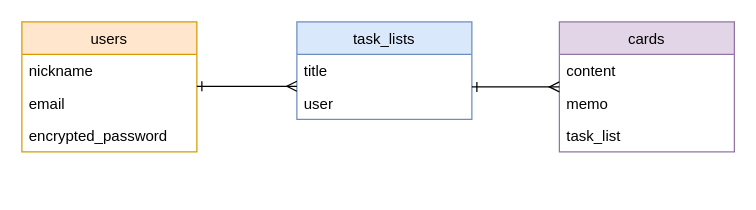
zskzsk92/sachi_plan keeps this draw.io diagram as page "ページ1" (1 of 2) of ER.dio. Above is the earlier version. Source tidied: cells renumbered, new cells numbered last; positions are measured from the earlier drawing's top-left corner, leaving out a move shared by most shapes. Both pictures are drawn from the tidied source at 125%, with x=0, y=0 at pixel (21, 21).
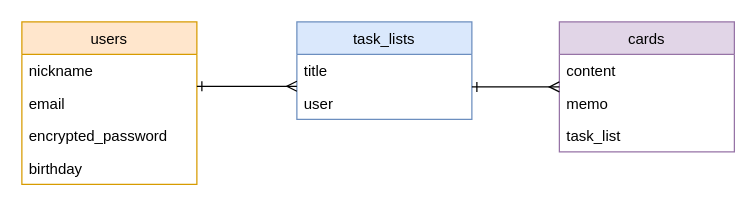
Above is the later version.

Change to the diagram source:
```diff
@@
 <mxGraphModel background="#ffffff">
   <root>
     <mxCell id="0" />
     <mxCell id="1" parent="0" />
     <mxCell id="2" value="task_lists" style="swimlane;fontStyle=0;horizontal=1;startSize=26;fillColor=#dae8fc;strokeColor=#6c8ebf;" parent="1" vertex="1">
       <mxGeometry x="220" width="140" height="78" as="geometry" />
     </mxCell>
     <mxCell id="3" value="title" style="text;strokeColor=none;fillColor=none;align=left;verticalAlign=top;spacingLeft=4;spacingRight=4;overflow=hidden;" parent="2" vertex="1">
       <mxGeometry y="26" width="140" height="26" as="geometry" />
     </mxCell>
     <mxCell id="4" value="user" style="text;strokeColor=none;fillColor=none;align=left;verticalAlign=top;spacingLeft=4;spacingRight=4;overflow=hidden;" parent="2" vertex="1">
       <mxGeometry y="52" width="140" height="26" as="geometry" />
     </mxCell>
     <mxCell id="5" value="users" style="swimlane;fontStyle=0;horizontal=1;startSize=26;fillColor=#ffe6cc;strokeColor=#d79b00;" parent="1" vertex="1">
-      <mxGeometry width="140" height="104" as="geometry" />
+      <mxGeometry width="140" height="130" as="geometry" />
     </mxCell>
     <mxCell id="6" value="nickname" style="text;strokeColor=none;fillColor=none;align=left;verticalAlign=top;spacingLeft=4;spacingRight=4;overflow=hidden;" parent="5" vertex="1">
       <mxGeometry y="26" width="140" height="26" as="geometry" />
     </mxCell>
     <mxCell id="7" value="email" style="text;strokeColor=none;fillColor=none;align=left;verticalAlign=top;spacingLeft=4;spacingRight=4;overflow=hidden;" parent="5" vertex="1">
       <mxGeometry y="52" width="140" height="26" as="geometry" />
     </mxCell>
     <mxCell id="8" value="encrypted_password&#10;" style="text;strokeColor=none;fillColor=none;align=left;verticalAlign=top;spacingLeft=4;spacingRight=4;overflow=hidden;" parent="5" vertex="1">
       <mxGeometry y="78" width="140" height="26" as="geometry" />
     </mxCell>
+    <mxCell id="15" value="birthday" style="text;strokeColor=none;fillColor=none;align=left;verticalAlign=top;spacingLeft=4;spacingRight=4;overflow=hidden;whiteSpace=wrap;html=1;" parent="5" vertex="1">
+      <mxGeometry y="104" width="140" height="26" as="geometry" />
+    </mxCell>
     <mxCell id="9" value="cards" style="swimlane;fontStyle=0;horizontal=1;startSize=26;fillColor=#e1d5e7;strokeColor=#9673a6;" parent="1" vertex="1">
       <mxGeometry x="430" width="140" height="104" as="geometry" />
     </mxCell>
     <mxCell id="10" value="content" style="text;strokeColor=none;fillColor=none;align=left;verticalAlign=top;spacingLeft=4;spacingRight=4;overflow=hidden;" parent="9" vertex="1">
       <mxGeometry y="26" width="140" height="26" as="geometry" />
     </mxCell>
     <mxCell id="11" value="memo&#10;" style="text;strokeColor=none;fillColor=none;align=left;verticalAlign=top;spacingLeft=4;spacingRight=4;overflow=hidden;" parent="9" vertex="1">
       <mxGeometry y="52" width="140" height="26" as="geometry" />
     </mxCell>
     <mxCell id="12" value="task_list" style="text;strokeColor=none;fillColor=none;align=left;verticalAlign=top;spacingLeft=4;spacingRight=4;overflow=hidden;" parent="9" vertex="1">
       <mxGeometry y="78" width="140" height="26" as="geometry" />
     </mxCell>
     <mxCell id="13" style="edgeStyle=none;html=1;entryX=0;entryY=0.5;entryDx=0;entryDy=0;endArrow=ERmany;endFill=0;startArrow=ERone;startFill=0;" parent="1" edge="1">
       <mxGeometry relative="1" as="geometry">
         <mxPoint x="140" y="51.5" as="sourcePoint" />
         <mxPoint x="220" y="51.5" as="targetPoint" />
       </mxGeometry>
     </mxCell>
     <mxCell id="14" style="edgeStyle=none;html=1;startArrow=ERone;startFill=0;endArrow=ERmany;endFill=0;entryX=0;entryY=0.5;entryDx=0;entryDy=0;" parent="1" edge="1">
       <mxGeometry relative="1" as="geometry">
         <mxPoint x="360" y="52" as="sourcePoint" />
         <mxPoint x="430" y="52" as="targetPoint" />
       </mxGeometry>
     </mxCell>
   </root>
 </mxGraphModel>
```
